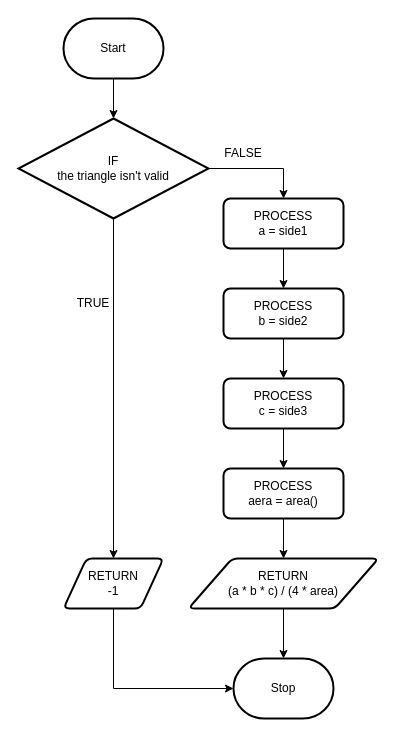
This is design/design.drawio from sam-corbett/ICS4U-Assignment-3, a draw.io file, before an edit. Source tidied: cells renumbered, new cells numbered last; positions are measured from the earlier drawing's top-left corner, leaving out a move shared by most shapes. Both pictures are drawn from the tidied source at 100%, with x=0, y=0 at pixel (18, 18).
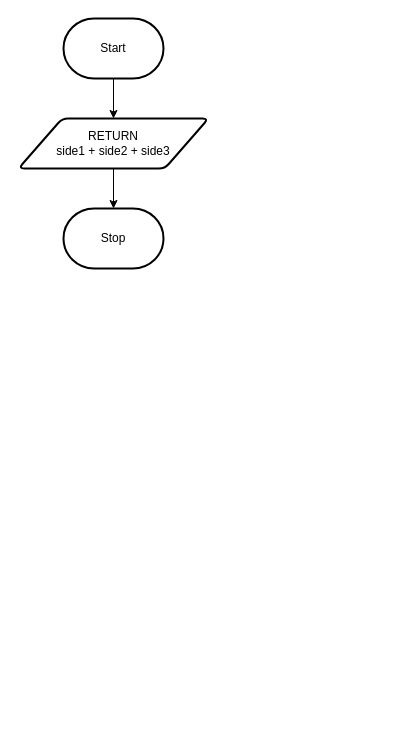
The same page after the edit.

Commit message (it also covers changes not shown here):
ome more flowchart ;-)

The change refers to these unchanged cells:
```xml
<mxCell id="3" value="Start" style="strokeWidth=2;html=1;shape=mxgraph.flowchart.terminator;whiteSpace=wrap;" parent="1" vertex="1">
  <mxGeometry x="45" width="100" height="60" as="geometry" />
</mxCell>
```

Change to the diagram source:
```diff
@@
-    <mxCell id="2" style="edgeStyle=orthogonalEdgeStyle;html=1;exitX=0.5;exitY=1;exitDx=0;exitDy=0;exitPerimeter=0;entryX=0.5;entryY=0;entryDx=0;entryDy=0;entryPerimeter=0;rounded=0;" parent="1" edge="1" source="3" target="7">
-      <mxGeometry relative="1" as="geometry" />
-    </mxCell>
+    <mxCell id="22" style="edgeStyle=orthogonalEdgeStyle;rounded=0;html=1;exitX=0.5;exitY=1;exitDx=0;exitDy=0;exitPerimeter=0;entryX=0.5;entryY=0;entryDx=0;entryDy=0;" parent="1" edge="1" source="3" target="21">
+      <mxGeometry relative="1" as="geometry" />
+    </mxCell>
@@
     <mxCell id="4" value="Stop" style="strokeWidth=2;html=1;shape=mxgraph.flowchart.terminator;whiteSpace=wrap;" parent="1" vertex="1">
-      <mxGeometry x="215" y="640" width="100" height="60" as="geometry" />
+      <mxGeometry x="45" y="190" width="100" height="60" as="geometry" />
     </mxCell>
-    <mxCell id="5" style="edgeStyle=orthogonalEdgeStyle;rounded=0;html=1;exitX=0.5;exitY=1;exitDx=0;exitDy=0;exitPerimeter=0;entryX=0.5;entryY=0;entryDx=0;entryDy=0;" parent="1" edge="1" source="7" target="9">
-      <mxGeometry relative="1" as="geometry" />
-    </mxCell>
-    <mxCell id="6" style="edgeStyle=orthogonalEdgeStyle;rounded=0;html=1;exitX=1;exitY=0.5;exitDx=0;exitDy=0;exitPerimeter=0;entryX=0.5;entryY=0;entryDx=0;entryDy=0;" parent="1" edge="1" source="7" target="15">
-      <mxGeometry relative="1" as="geometry" />
-    </mxCell>
-    <mxCell id="7" value="IF&lt;br&gt;the triangle isn't valid" style="strokeWidth=2;html=1;shape=mxgraph.flowchart.decision;whiteSpace=wrap;" parent="1" vertex="1">
-      <mxGeometry y="100" width="190" height="100" as="geometry" />
-    </mxCell>
-    <mxCell id="8" style="edgeStyle=orthogonalEdgeStyle;rounded=0;html=1;exitX=0.5;exitY=1;exitDx=0;exitDy=0;entryX=0;entryY=0.5;entryDx=0;entryDy=0;entryPerimeter=0;" parent="1" edge="1" source="9" target="4">
-      <mxGeometry relative="1" as="geometry" />
-    </mxCell>
-    <mxCell id="9" value="RETURN&lt;br&gt;-1" style="shape=parallelogram;html=1;strokeWidth=2;perimeter=parallelogramPerimeter;whiteSpace=wrap;rounded=1;arcSize=12;size=0.23;" parent="1" vertex="1">
-      <mxGeometry x="45" y="540" width="100" height="50" as="geometry" />
-    </mxCell>
-    <mxCell id="10" style="edgeStyle=orthogonalEdgeStyle;rounded=0;html=1;exitX=0.5;exitY=1;exitDx=0;exitDy=0;entryX=0.5;entryY=0;entryDx=0;entryDy=0;" parent="1" edge="1" source="11" target="21">
-      <mxGeometry relative="1" as="geometry" />
-    </mxCell>
-    <mxCell id="11" value="PROCESS&lt;br&gt;aera = area()" style="rounded=1;whiteSpace=wrap;html=1;absoluteArcSize=1;arcSize=14;strokeWidth=2;" parent="1" vertex="1">
-      <mxGeometry x="205" y="450" width="120" height="50" as="geometry" />
-    </mxCell>
-    <mxCell id="12" value="TRUE" style="text;html=1;strokeColor=none;fillColor=none;align=center;verticalAlign=middle;whiteSpace=wrap;rounded=0;" parent="1" vertex="1">
-      <mxGeometry x="45" y="270" width="60" height="30" as="geometry" />
-    </mxCell>
-    <mxCell id="13" value="FALSE" style="text;html=1;strokeColor=none;fillColor=none;align=center;verticalAlign=middle;whiteSpace=wrap;rounded=0;" parent="1" vertex="1">
-      <mxGeometry x="195" y="120" width="60" height="30" as="geometry" />
-    </mxCell>
-    <mxCell id="14" style="edgeStyle=orthogonalEdgeStyle;rounded=0;html=1;exitX=0.5;exitY=1;exitDx=0;exitDy=0;entryX=0.5;entryY=0;entryDx=0;entryDy=0;" parent="1" edge="1" source="15" target="17">
-      <mxGeometry relative="1" as="geometry" />
-    </mxCell>
-    <mxCell id="15" value="PROCESS&lt;br&gt;a = side1" style="rounded=1;whiteSpace=wrap;html=1;absoluteArcSize=1;arcSize=14;strokeWidth=2;" parent="1" vertex="1">
-      <mxGeometry x="205" y="180" width="120" height="50" as="geometry" />
-    </mxCell>
-    <mxCell id="16" style="edgeStyle=orthogonalEdgeStyle;rounded=0;html=1;exitX=0.5;exitY=1;exitDx=0;exitDy=0;entryX=0.5;entryY=0;entryDx=0;entryDy=0;" parent="1" edge="1" source="17" target="19">
-      <mxGeometry relative="1" as="geometry" />
-    </mxCell>
-    <mxCell id="17" value="PROCESS&lt;br&gt;b = side2" style="rounded=1;whiteSpace=wrap;html=1;absoluteArcSize=1;arcSize=14;strokeWidth=2;" parent="1" vertex="1">
-      <mxGeometry x="205" y="270" width="120" height="50" as="geometry" />
-    </mxCell>
-    <mxCell id="18" style="edgeStyle=orthogonalEdgeStyle;rounded=0;html=1;exitX=0.5;exitY=1;exitDx=0;exitDy=0;entryX=0.5;entryY=0;entryDx=0;entryDy=0;" parent="1" edge="1" source="19" target="11">
-      <mxGeometry relative="1" as="geometry" />
-    </mxCell>
-    <mxCell id="19" value="PROCESS&lt;br&gt;c = side3" style="rounded=1;whiteSpace=wrap;html=1;absoluteArcSize=1;arcSize=14;strokeWidth=2;" parent="1" vertex="1">
-      <mxGeometry x="205" y="360" width="120" height="50" as="geometry" />
-    </mxCell>
@@
-    <mxCell id="21" value="RETURN&lt;br&gt;(a * b * c) / (4 * area)" style="shape=parallelogram;html=1;strokeWidth=2;perimeter=parallelogramPerimeter;whiteSpace=wrap;rounded=1;arcSize=12;size=0.23;" parent="1" vertex="1">
-      <mxGeometry x="170" y="540" width="190" height="50" as="geometry" />
+    <mxCell id="21" value="RETURN&lt;br&gt;side1 + side2 + side3" style="shape=parallelogram;html=1;strokeWidth=2;perimeter=parallelogramPerimeter;whiteSpace=wrap;rounded=1;arcSize=12;size=0.23;" parent="1" vertex="1">
+      <mxGeometry y="100" width="190" height="50" as="geometry" />
     </mxCell>
```
